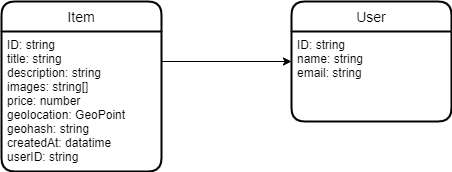
Above: doc/firebase/img/model.png in Sharingang/Sharingang-Android (draw.io), before the change. Source tidied: cells renumbered, new cells last; positions are measured from the earlier drawing's top-left corner, leaving out a move shared by most shapes. Source of this version:
```xml
<mxGraphModel>
  <root>
    <mxCell id="0" />
    <mxCell id="1" parent="0" />
    <mxCell id="2" value="Item" style="swimlane;horizontal=1;startSize=30;rounded=1;fontSize=14;fontStyle=0;strokeWidth=2;shadow=0;dashed=0;align=center;" parent="1" vertex="1">
      <mxGeometry width="160" height="170" as="geometry" />
    </mxCell>
    <mxCell id="3" value="ID: string&#10;title: string&#10;description: string&#10;images: string[]&#10;price: number&#10;geolocation: GeoPoint&#10;geohash: string&#10;createdAt: datatime&#10;userID: string" style="align=left;strokeColor=none;fillColor=none;spacingLeft=4;fontSize=12;verticalAlign=top;" parent="2" vertex="1">
      <mxGeometry y="30" width="160" height="140" as="geometry" />
    </mxCell>
    <mxCell id="4" value="User" style="swimlane;horizontal=1;startSize=30;rounded=1;fontSize=14;fontStyle=0;strokeWidth=2;shadow=0;dashed=0;align=center;" parent="1" vertex="1">
      <mxGeometry x="290" width="160" height="120" as="geometry" />
    </mxCell>
    <mxCell id="5" value="ID: string&#10;name: string&#10;email: string" style="align=left;strokeColor=none;fillColor=none;spacingLeft=4;fontSize=12;verticalAlign=top;" parent="4" vertex="1">
      <mxGeometry y="30" width="160" height="90" as="geometry" />
    </mxCell>
    <mxCell id="6" style="edgeStyle=orthogonalEdgeStyle;rounded=0;jettySize=auto;html=1;exitX=1;exitY=0.25;exitDx=0;exitDy=0;entryX=0;entryY=0.5;entryDx=0;entryDy=0;" parent="1" edge="1" source="3" target="4">
      <mxGeometry relative="1" as="geometry">
        <Array as="points">
          <mxPoint x="160" y="60" />
        </Array>
      </mxGeometry>
    </mxCell>
  </root>
</mxGraphModel>
```
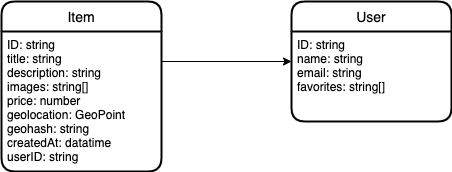
After the commit.

Commit message:
Add model info for the favorites list

The edit, as a diff of the source:
```diff
@@ -11,7 +11,7 @@
     <mxCell id="4" value="User" style="swimlane;horizontal=1;startSize=30;rounded=1;fontSize=14;fontStyle=0;strokeWidth=2;shadow=0;dashed=0;align=center;" parent="1" vertex="1">
       <mxGeometry x="290" width="160" height="120" as="geometry" />
     </mxCell>
-    <mxCell id="5" value="ID: string&#10;name: string&#10;email: string" style="align=left;strokeColor=none;fillColor=none;spacingLeft=4;fontSize=12;verticalAlign=top;" parent="4" vertex="1">
+    <mxCell id="5" value="ID: string&#10;name: string&#10;email: string&#10;favorites: string[]" style="align=left;strokeColor=none;fillColor=none;spacingLeft=4;fontSize=12;verticalAlign=top;" parent="4" vertex="1">
       <mxGeometry y="30" width="160" height="90" as="geometry" />
     </mxCell>
     <mxCell id="6" style="edgeStyle=orthogonalEdgeStyle;rounded=0;jettySize=auto;html=1;exitX=1;exitY=0.25;exitDx=0;exitDy=0;entryX=0;entryY=0.5;entryDx=0;entryDy=0;" parent="1" edge="1" source="3" target="4">
```
